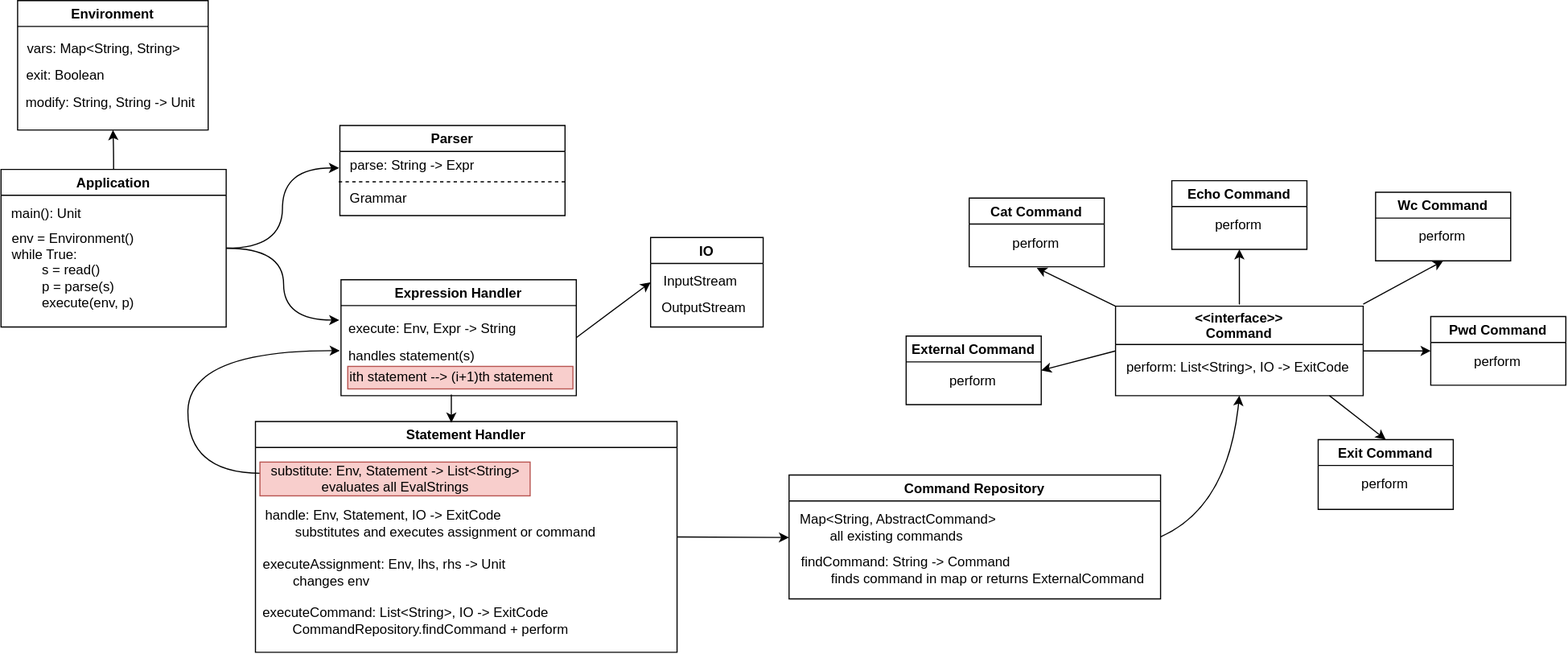
Above: hw01/hw01.svg in kibrq/sd-practice (draw.io), before the change. Source tidied: cells renumbered, new cells last; positions are measured from the earlier drawing's top-left corner, leaving out a move shared by most shapes.
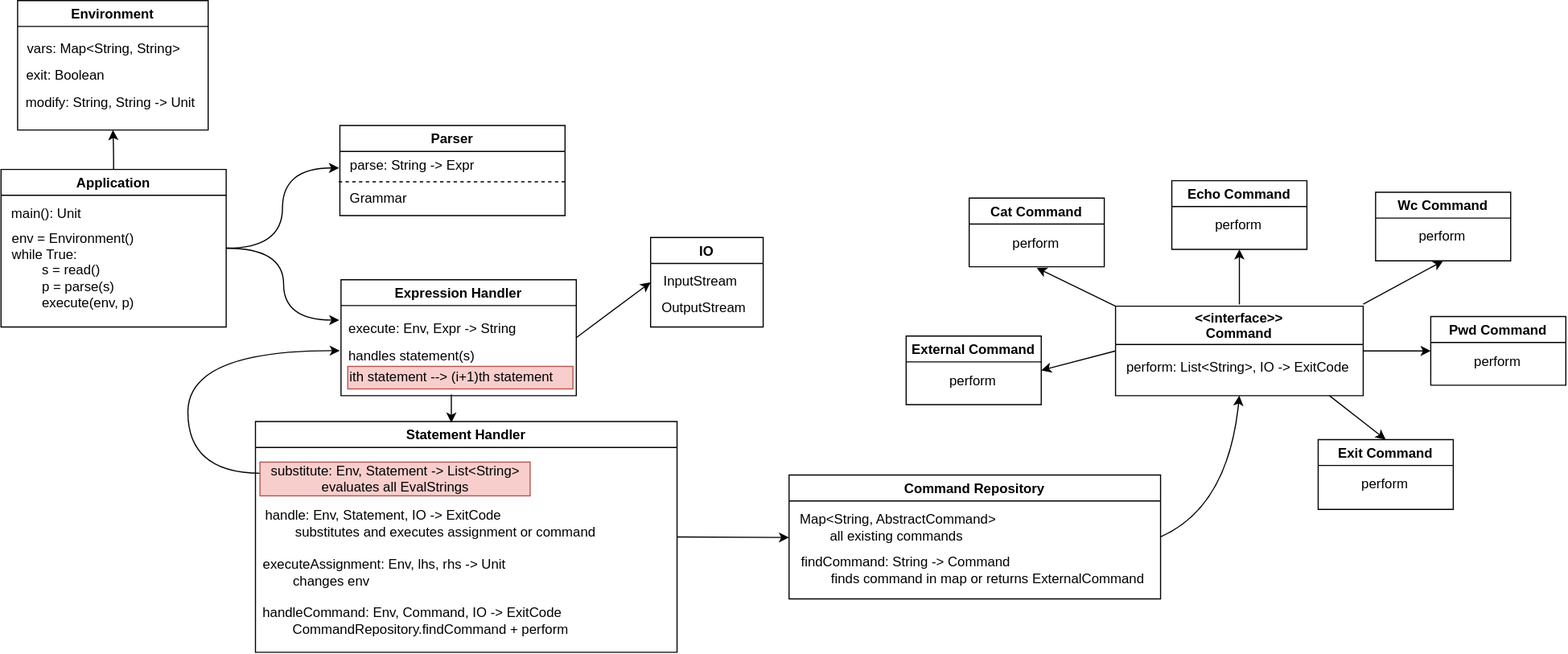
The same file after the commit.

What changed in the source:
```diff
@@ -59,7 +59,7 @@
     <mxCell id="19" value="handle:&amp;nbsp;&lt;span style=&quot;text-align: center&quot;&gt;Env, Statement, IO -&amp;gt; ExitCode&lt;br&gt;&lt;span style=&quot;white-space: pre&quot;&gt;&#9;&lt;/span&gt;substitutes and executes assignment or command&lt;br&gt;&lt;/span&gt;" style="text;html=1;align=left;verticalAlign=middle;strokeColor=none;fillColor=none;" parent="17" vertex="1">
       <mxGeometry x="6.5" y="76" width="310" height="30" as="geometry" />
     </mxCell>
-    <mxCell id="20" value="&lt;div style=&quot;text-align: left&quot;&gt;&lt;span&gt;executeCommand: List&amp;lt;String&amp;gt;, IO -&amp;gt; ExitCode&lt;/span&gt;&lt;/div&gt;&lt;div style=&quot;text-align: left&quot;&gt;&lt;span&gt;&lt;span style=&quot;white-space: pre&quot;&gt;&#9;&lt;/span&gt;CommandRepository.findCommand + perform&lt;br&gt;&lt;/span&gt;&lt;/div&gt;" style="text;html=1;align=center;verticalAlign=middle;strokeColor=none;fillColor=none;" parent="17" vertex="1">
+    <mxCell id="20" value="&lt;div style=&quot;text-align: left&quot;&gt;&lt;span&gt;handleCommand: Env, Command, IO -&amp;gt; ExitCode&lt;/span&gt;&lt;/div&gt;&lt;div style=&quot;text-align: left&quot;&gt;&lt;span&gt;&lt;span style=&quot;white-space: pre&quot;&gt;&#9;&lt;/span&gt;CommandRepository.findCommand + perform&lt;br&gt;&lt;/span&gt;&lt;/div&gt;" style="text;html=1;align=center;verticalAlign=middle;strokeColor=none;fillColor=none;" parent="17" vertex="1">
       <mxGeometry x="-3" y="162" width="290" height="30" as="geometry" />
     </mxCell>
     <mxCell id="21" style="group;" parent="1" vertex="1">
```
